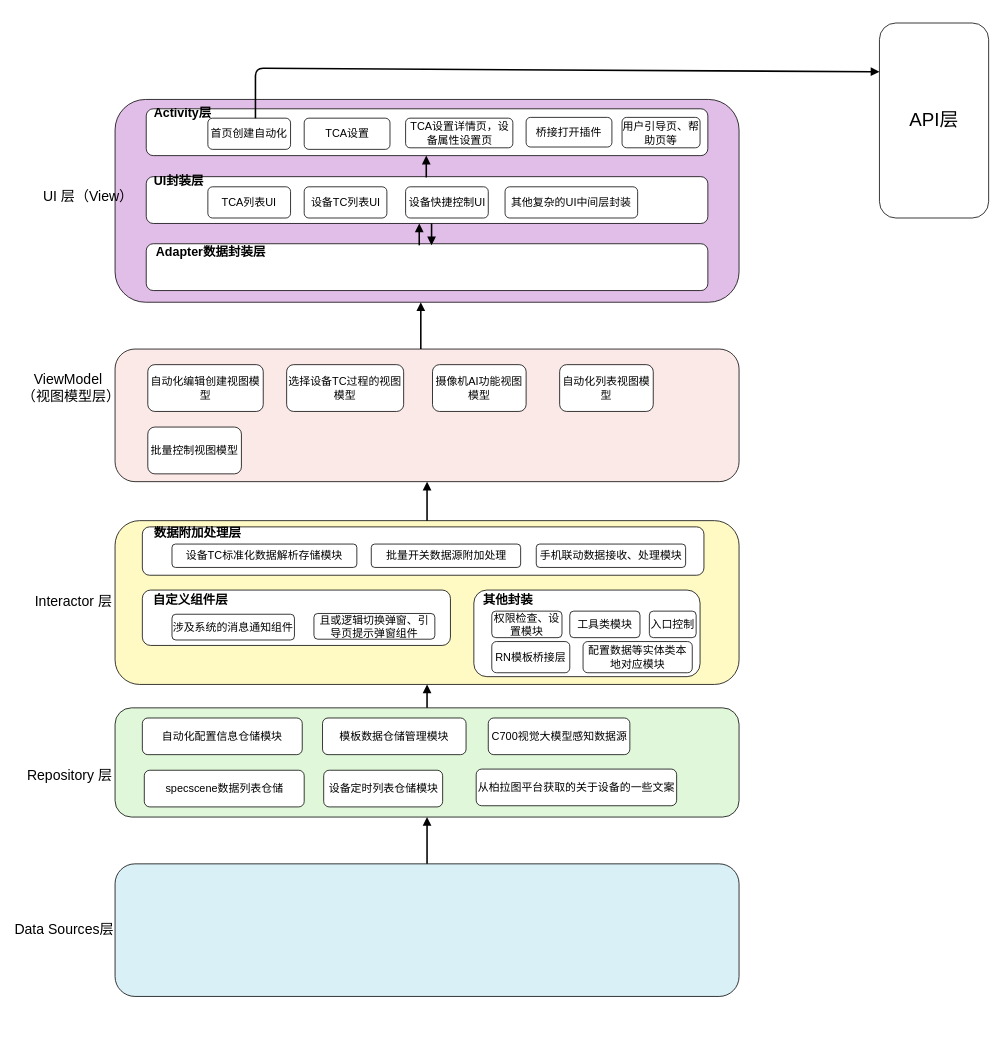
Above: autofenceng.drawio in WljclW/coolweather (draw.io), before the change. Source tidied: cells renumbered, new cells numbered last; positions are measured from the earlier drawing's top-left corner, leaving out a move shared by most shapes. Both pictures are drawn from the tidied source at 78%, with x=0, y=0 at pixel (13, 23).
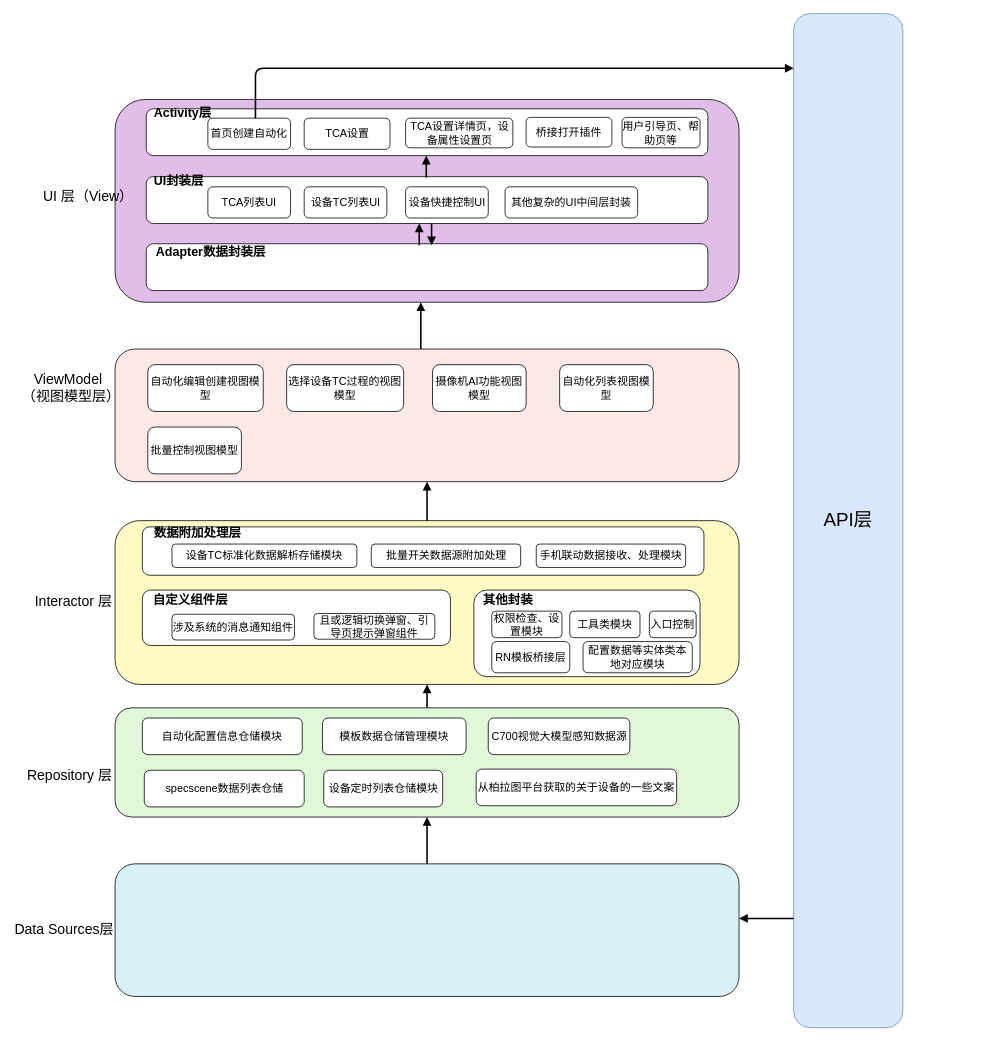
After the change.

Change to the diagram source:
```diff
@@
-    <mxCell id="61" value="&lt;font style=&quot;font-size: 24px;&quot;&gt;API层&lt;/font&gt;" style="rounded=1;whiteSpace=wrap;html=1;" parent="1" vertex="1">
-      <mxGeometry x="1110" width="140" height="250" as="geometry" />
+    <mxCell id="61" value="&lt;font style=&quot;font-size: 24px;&quot;&gt;API层&lt;/font&gt;" style="rounded=1;whiteSpace=wrap;html=1;fillColor=#dae8fc;strokeColor=#6c8ebf;" parent="1" vertex="1">
+      <mxGeometry x="1000" y="-12" width="140" height="1300" as="geometry" />
     </mxCell>
-    <mxCell id="62" style="endArrow=block;strokeWidth=2;entryX=0;entryY=0.25;entryDx=0;entryDy=0;" parent="1" edge="1" target="61">
+    <mxCell id="62" style="endArrow=block;strokeWidth=2;" parent="1" edge="1">
       <mxGeometry relative="1" as="geometry">
         <mxPoint x="310" y="122" as="sourcePoint" />
+        <mxPoint x="1000" y="58" as="targetPoint" />
         <Array as="points">
           <mxPoint x="310" y="58" />
         </Array>
       </mxGeometry>
     </mxCell>
+    <mxCell id="63" style="endArrow=block;strokeWidth=2;" parent="1" edge="1">
+      <mxGeometry relative="1" as="geometry">
+        <mxPoint x="1000" y="1148" as="sourcePoint" />
+        <mxPoint x="930" y="1148" as="targetPoint" />
+      </mxGeometry>
+    </mxCell>
```
